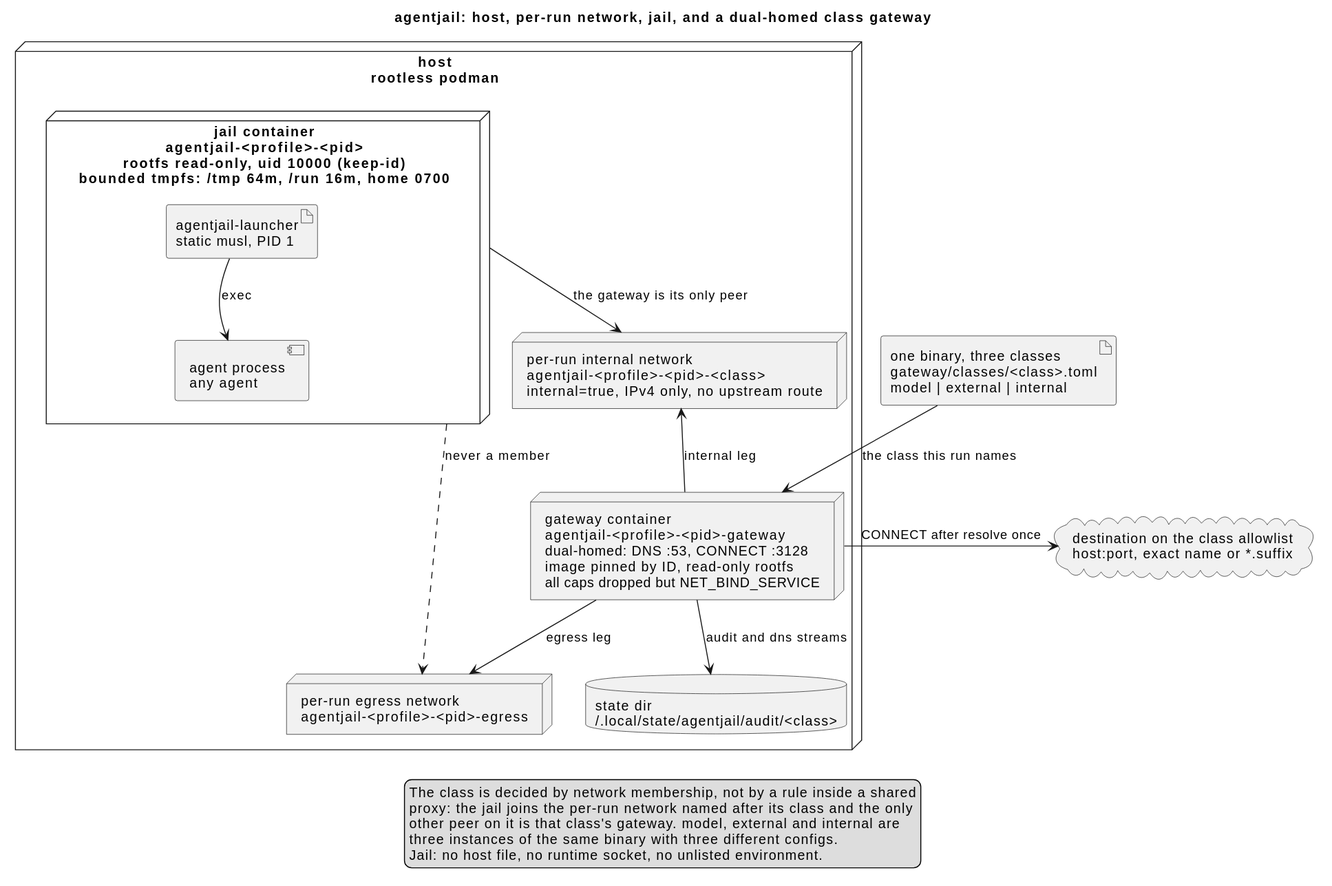
Above: docs/diagrams/deployment.svg in Breinich/agentjail (PlantUML), before the change.
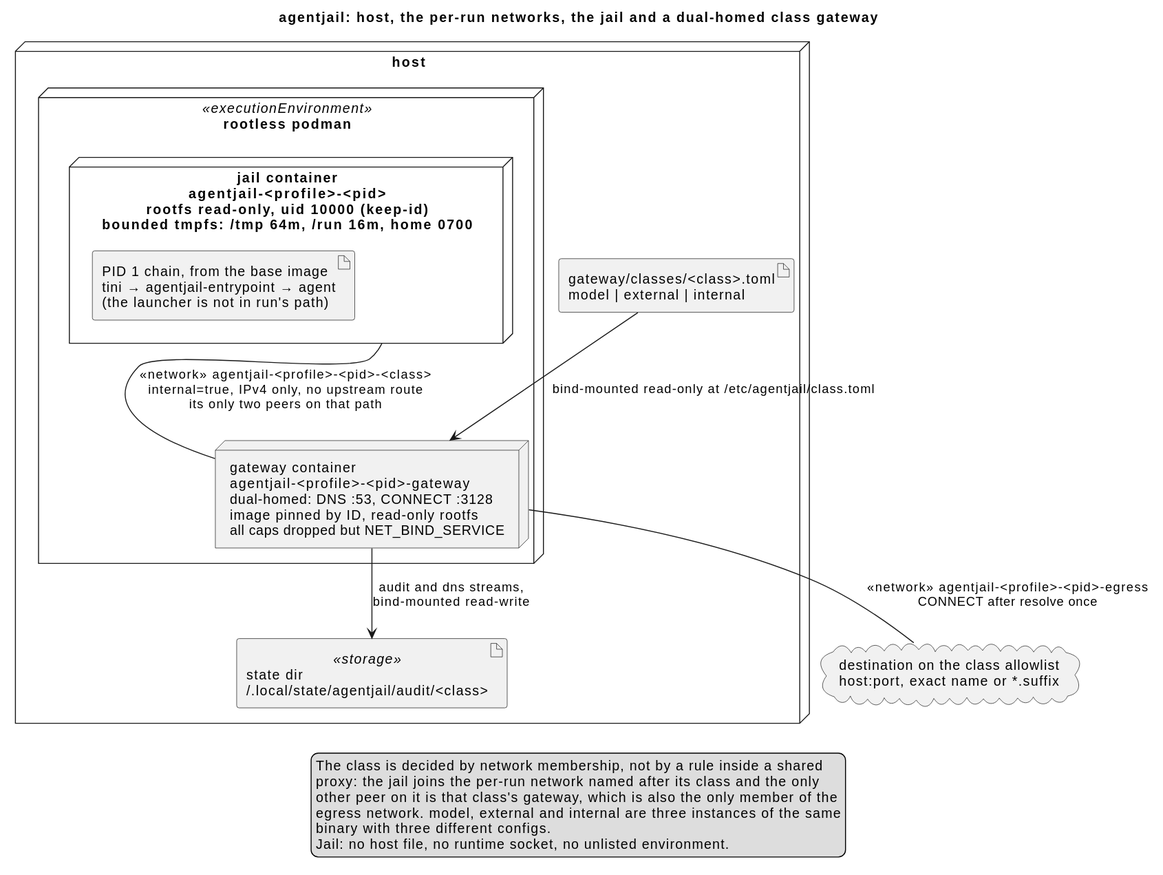
The same file after the commit.

Change to the diagram source:
```diff
@@ -1,38 +1,31 @@
 @startuml
-title agentjail: host, per-run network, jail, and a dual-homed class gateway
+title agentjail: host, the per-run networks, the jail and a dual-homed class gateway
 
-node "host\nrootless podman" as host {
-  node "jail container\nagentjail-<profile>-<pid>\nrootfs read-only, uid 10000 (keep-id)\nbounded tmpfs: /tmp 64m, /run 16m, home 0700" as jail {
-    artifact "agentjail-launcher\nstatic musl, PID 1" as launcher
-    component "agent process\nany agent" as agent
+node "host" as host {
+  node "rootless podman" <<executionEnvironment>> as runtime {
+    node "jail container\nagentjail-<profile>-<pid>\nrootfs read-only, uid 10000 (keep-id)\nbounded tmpfs: /tmp 64m, /run 16m, home 0700" as jail {
+      artifact "PID 1 chain, from the base image\ntini → agentjail-entrypoint → agent\n(the launcher is not in run's path)" as init
+    }
+    node "gateway container\nagentjail-<profile>-<pid>-gateway\ndual-homed: DNS :53, CONNECT :3128\nimage pinned by ID, read-only rootfs\nall caps dropped but NET_BIND_SERVICE" as gateway
   }
 
-  node "per-run internal network\nagentjail-<profile>-<pid>-<class>\ninternal=true, IPv4 only, no upstream route" as internal
-
-  node "gateway container\nagentjail-<profile>-<pid>-gateway\ndual-homed: DNS :53, CONNECT :3128\nimage pinned by ID, read-only rootfs\nall caps dropped but NET_BIND_SERVICE" as gateway
-
-  node "per-run egress network\nagentjail-<profile>-<pid>-egress" as egress
-
-  database "state dir\n~/.local/state/agentjail/audit/<class>" as state
+  artifact "gateway/classes/<class>.toml\nmodel | external | internal" as classcfg
+  artifact "state dir\n~/.local/state/agentjail/audit/<class>" <<storage>> as state
 }
 
-artifact "one binary, three classes\ngateway/classes/<class>.toml\nmodel | external | internal" as classcfg
 cloud "destination on the class allowlist\nhost:port, exact name or *.suffix" as destination
 
-launcher --> agent : exec
-jail -down-> internal : the gateway is its only peer
-gateway -up-> internal : internal leg
-gateway -down-> egress : egress leg
-gateway -down-> state : audit and dns streams
-gateway -right-> destination : CONNECT after resolve once
-classcfg -down-> gateway : the class this run names
-jail ..> egress : never a member
+classcfg --> gateway : bind-mounted read-only at /etc/agentjail/class.toml
+jail -- gateway : «network» agentjail-<profile>-<pid>-<class>\ninternal=true, IPv4 only, no upstream route\nits only two peers on that path
+gateway -- destination : «network» agentjail-<profile>-<pid>-egress\nCONNECT after resolve once
+gateway --> state : audit and dns streams,\nbind-mounted read-write
 
 legend bottom
   The class is decided by network membership, not by a rule inside a shared
   proxy: the jail joins the per-run network named after its class and the only
-  other peer on it is that class's gateway. model, external and internal are
-  three instances of the same binary with three different configs.
+  other peer on it is that class's gateway, which is also the only member of the
+  egress network. model, external and internal are three instances of the same
+  binary with three different configs.
   Jail: no host file, no runtime socket, no unlisted environment.
 endlegend
 @enduml
```
